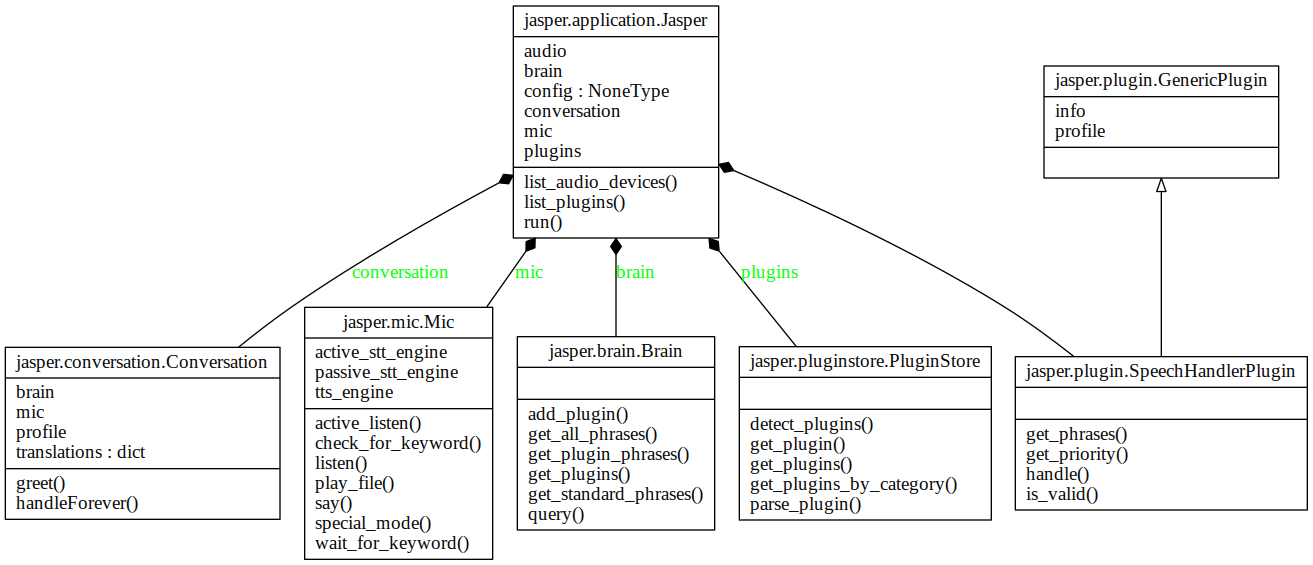
Earlier version of the Graphviz export dossier_technique/images/classes.png (Anthony25-UTBM/si75_dawwid_specs). Its source is kept beside it as dossier_technique/images/classes.dot.
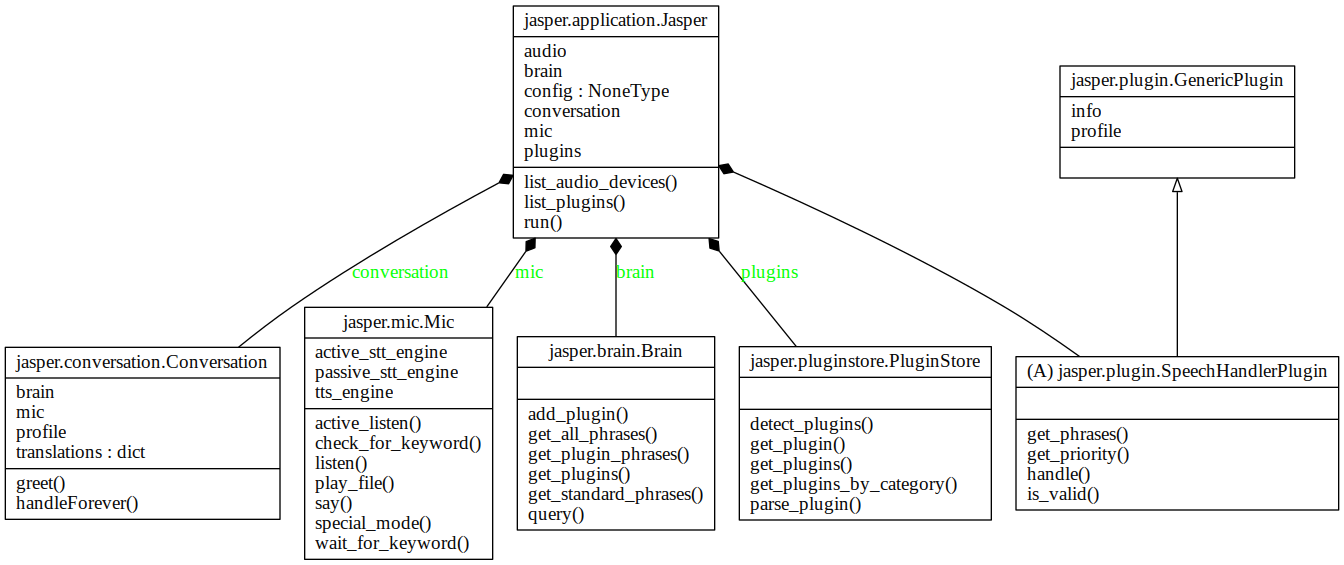
Above is the later version.

What changed in the source:
```diff
@@ -6,7 +6,7 @@
 "9" [label="{jasper.conversation.Conversation|brain\lmic\lprofile\ltranslations : dict\l|greet()\lhandleForever()\l}", shape="record"];
 "12" [label="{jasper.mic.Mic|active_stt_engine\lpassive_stt_engine\ltts_engine\l|active_listen()\lcheck_for_keyword()\llisten()\lplay_file()\lsay()\lspecial_mode()\lwait_for_keyword()\l}", shape="record"];
 "16" [label="{jasper.plugin.GenericPlugin|info\lprofile\l|}", shape="record"];
-"18" [label="{jasper.plugin.SpeechHandlerPlugin|\l|get_phrases()\lget_priority()\lhandle()\lis_valid()\l}", shape="record"];
+"18" [label="{(A) jasper.plugin.SpeechHandlerPlugin|\l|get_phrases()\lget_priority()\lhandle()\lis_valid()\l}", shape="record"];
 "22" [label="{jasper.pluginstore.PluginStore|\l|detect_plugins()\lget_plugin()\lget_plugins()\lget_plugins_by_category()\lparse_plugin()\l}", shape="record"];
 "18" -> "16" [arrowhead="empty", arrowtail="none"];
 "9" -> "2" [arrowhead="diamond", arrowtail="none", fontcolor="green", label="conversation", style="solid"];
```
